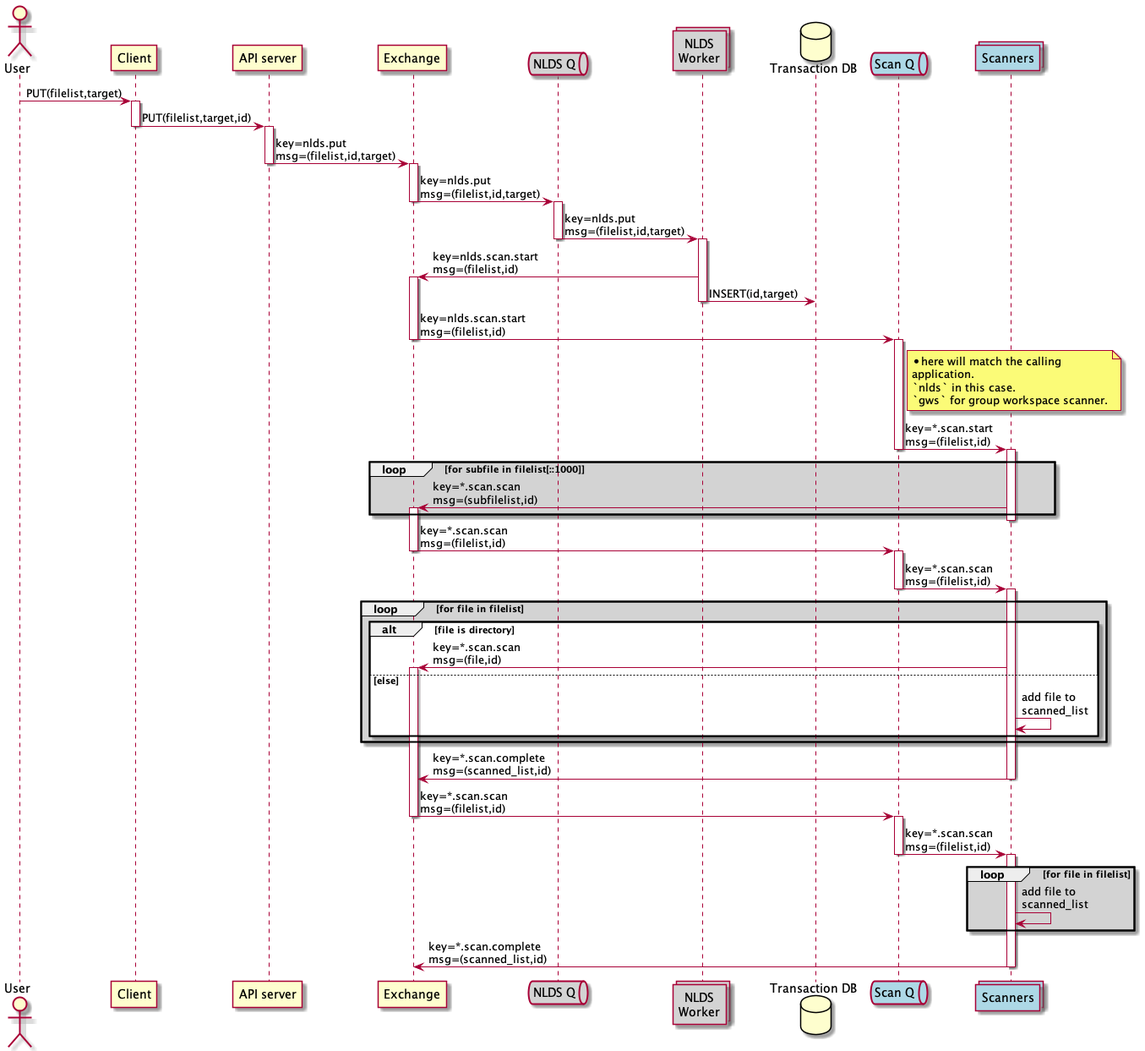
Before: doc/uml/message_flow_put.png, a diagram exported from PlantUML (cedadev/nlds).
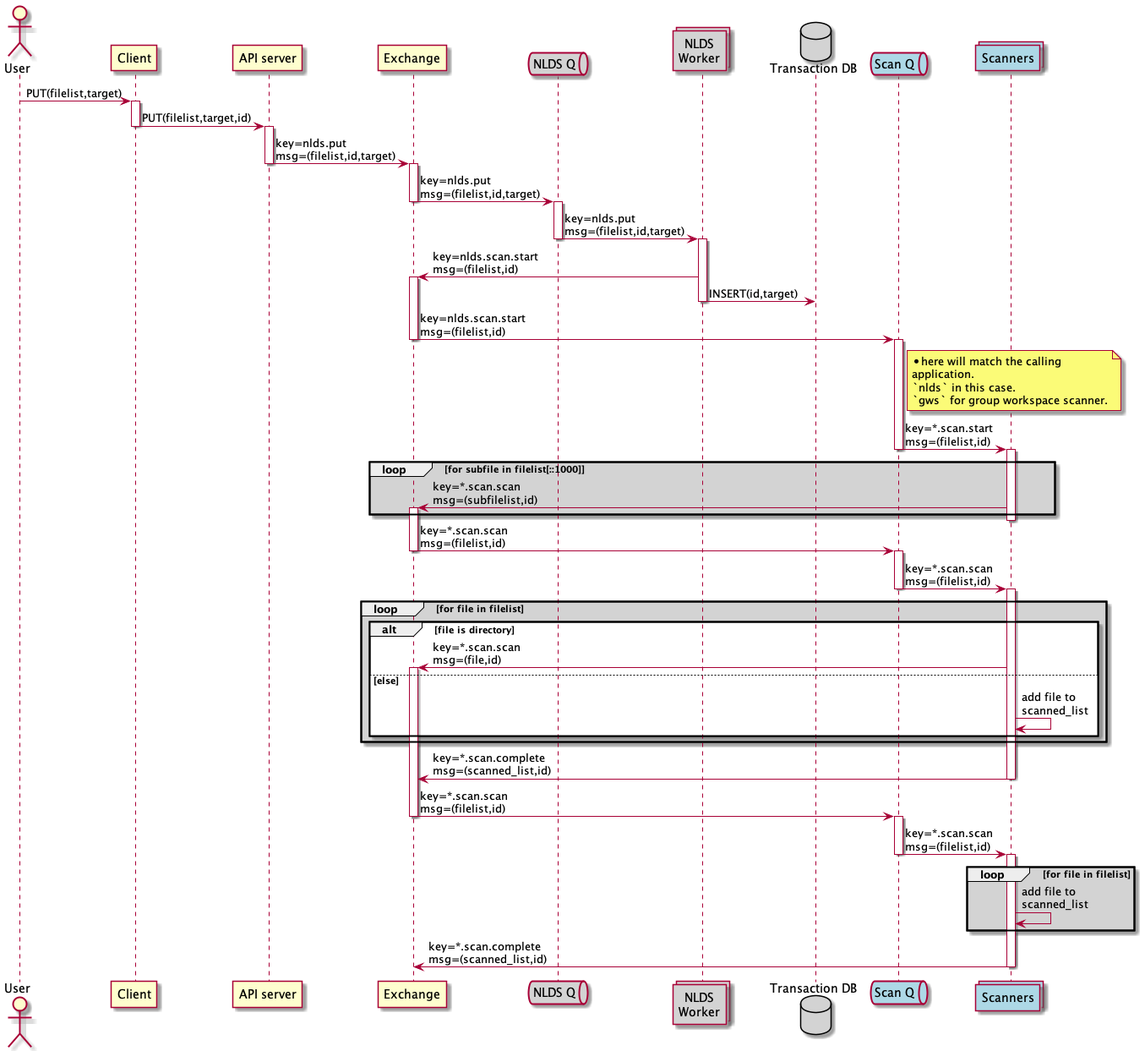
Above is the later version.

Commit message:
More tweaks to UML

Diff of the diagram source:
```diff
@@ -7,7 +7,7 @@
 
 queue qw as "NLDS Q" #lightgrey
 collections work as "NLDS\nWorker" #lightgrey
-database iddb as "Transaction DB"
+database iddb as "Transaction DB" #lightgrey
 
 queue qs as "Scan Q" #lightblue
 collections scan as "Scanners" #lightblue
@@ -43,7 +43,6 @@
 qs -> scan : key=*.scan.start\nmsg=(filelist,id)
 deactivate qs
 activate scan
-
 loop #lightgrey for subfile in filelist[::1000]
     scan -> wex : key=*.scan.scan\nmsg=(subfilelist,id)
     activate wex
```
